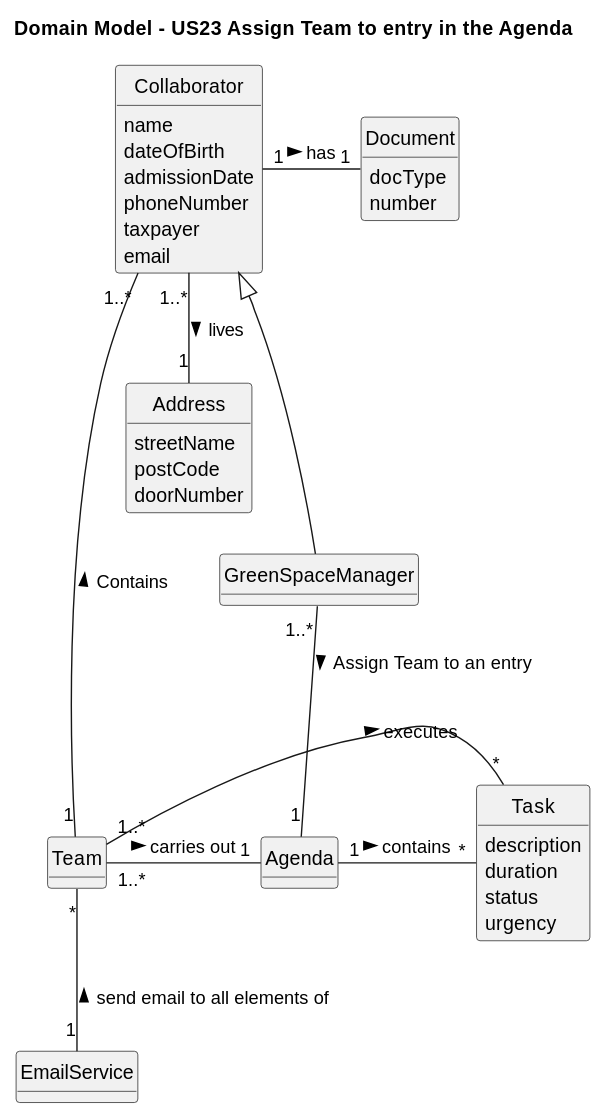
Above: docs/sprint3/us23/02.analysis/svg/us23-domain-model.svg in Departamento-de-Engenharia-Informatica/lei-24-s2-1db-g022 (PlantUML), before the change.
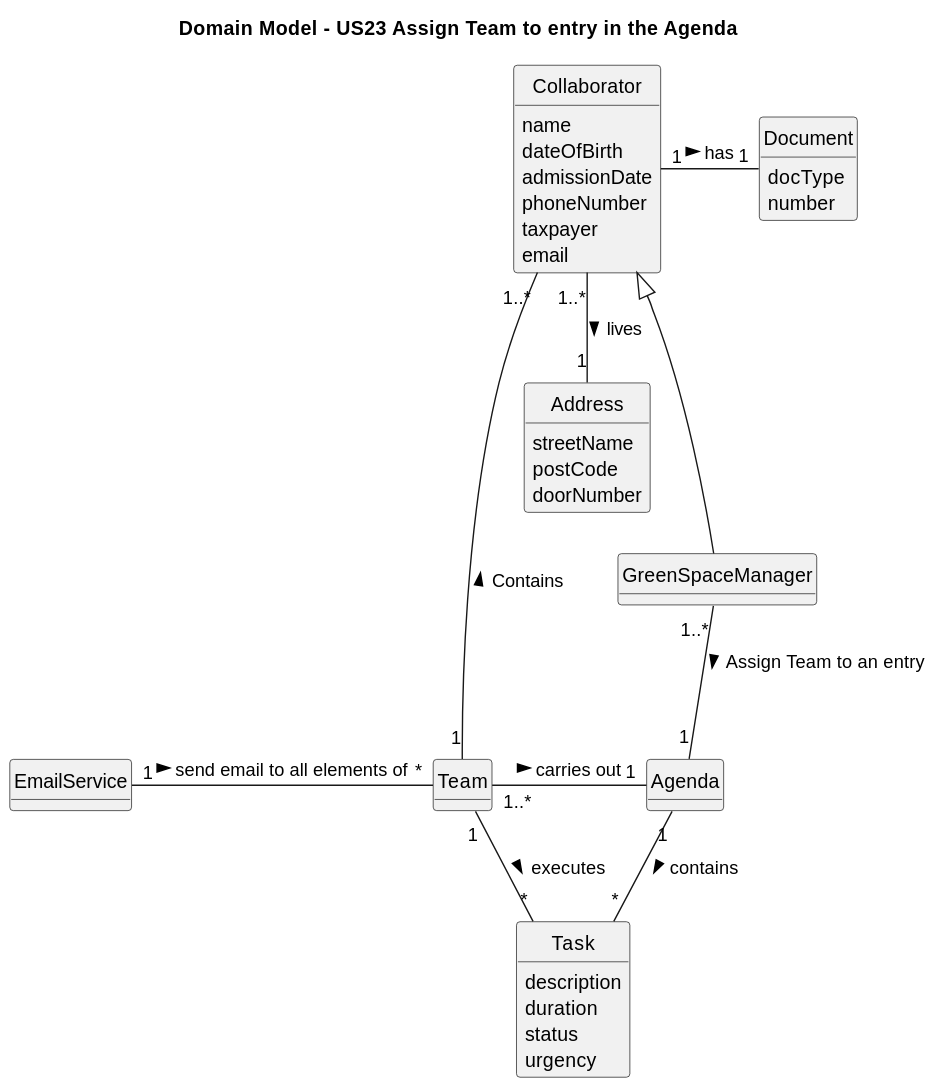
The same diagram one commit later.

Commit message:
Global Artfacts - Domain Model

Diff of the diagram source:
```diff
@@ -60,11 +60,11 @@
 
 Team "1..*" - "1" Agenda : carries out >
 
-Team "1..*" - "*" Task : executes >
+Team "1" -- "*" Task : executes >
 
 Agenda "1" - "*" Task : contains >
 
-Team "*" -- "1" EmailService :  send email to all elements of <
+EmailService "1" - "*" Team :  send email to all elements of >
 
 Collaborator "1..*" ---- "1" Team : Contains <
 @enduml
```
